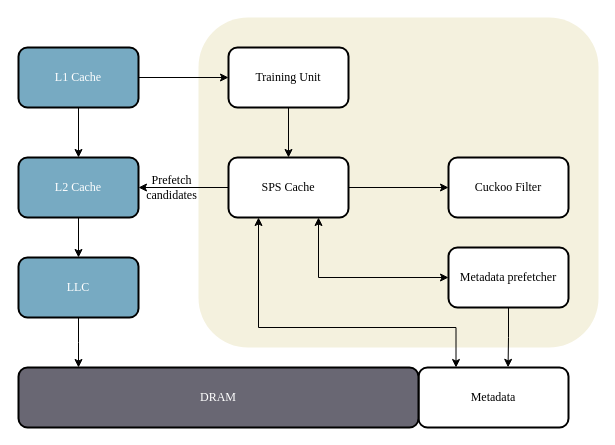
This is page "Prefetcher" (4 of 7) of paper Diagram.drawio from miaochenlu/Draw, a draw.io file, before an edit. Source tidied: cells renumbered, new cells numbered last; positions are measured from the earlier drawing's top-left corner, leaving out a move shared by most shapes. Both pictures are drawn from the tidied source at 100%, with x=0, y=0 at pixel (18, 17).
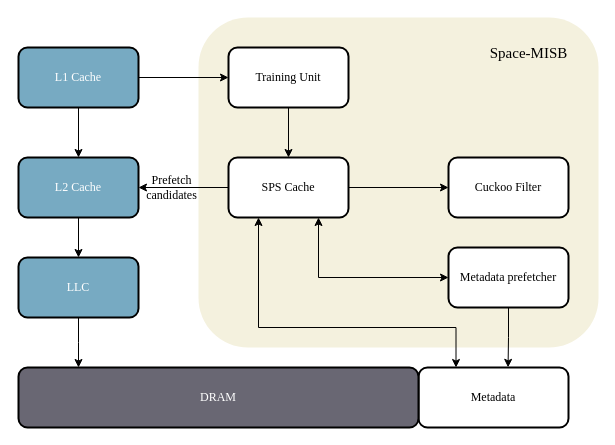
Above is the later version.

Change to the diagram source:
```diff
@@
+    <mxCell id="23" value="&lt;font style=&quot;font-size: 15px;&quot; face=&quot;Times New Roman&quot;&gt;Space-MISB&lt;/font&gt;" style="text;html=1;align=center;verticalAlign=middle;strokeColor=none;fillColor=none;" parent="1" vertex="1">
+      <mxGeometry x="460" y="20" width="100" height="30" as="geometry" />
+    </mxCell>
```
